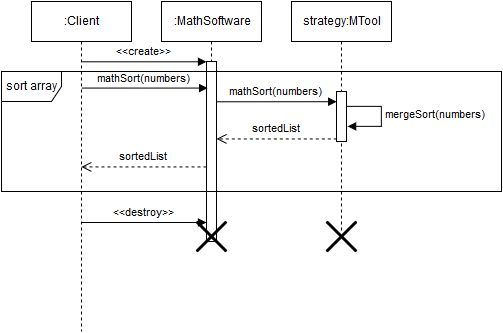
Above: sequence_diagram.png in shihrer/esof322.hw2 (draw.io), before the change. Source tidied: cells renumbered, new cells last; positions are measured from the earlier drawing's top-left corner, leaving out a move shared by most shapes. Its diagram source:
```xml
<mxGraphModel background="#ffffff">
  <root>
    <mxCell id="0" />
    <mxCell id="1" parent="0" />
    <mxCell id="2" value=":MathSoftware" style="shape=umlLifeline;perimeter=lifelinePerimeter;whiteSpace=wrap;html=1;" parent="1" vertex="1">
      <mxGeometry x="160" width="100" height="240" as="geometry" />
    </mxCell>
    <mxCell id="3" style="html=1;points=[];perimeter=orthogonalPerimeter;" parent="2" vertex="1">
      <mxGeometry x="45" y="60" width="10" height="180" as="geometry" />
    </mxCell>
    <mxCell id="4" style="shape=umlDestroy;whiteSpace=wrap;html=1;strokeWidth=3;" parent="2" vertex="1">
      <mxGeometry x="35" y="220" width="30" height="30" as="geometry" />
    </mxCell>
    <mxCell id="5" value="strategy:MTool" style="shape=umlLifeline;perimeter=lifelinePerimeter;whiteSpace=wrap;html=1;" parent="1" vertex="1">
      <mxGeometry x="290" width="100" height="230" as="geometry" />
    </mxCell>
    <mxCell id="6" style="html=1;points=[];perimeter=orthogonalPerimeter;" parent="5" vertex="1">
      <mxGeometry x="45" y="90" width="10" height="50" as="geometry" />
    </mxCell>
    <mxCell id="7" value="mathSort(numbers)" style="html=1;verticalAlign=bottom;endArrow=block;entryX=0;entryY=0;exitX=0.98;exitY=0.223;exitPerimeter=0;" parent="5" edge="1" source="3">
      <mxGeometry relative="1" as="geometry">
        <mxPoint x="45.2" y="100.2" as="targetPoint" />
      </mxGeometry>
    </mxCell>
    <mxCell id="8" style="shape=umlDestroy;whiteSpace=wrap;html=1;strokeWidth=3;" parent="5" vertex="1">
      <mxGeometry x="35" y="220" width="30" height="30" as="geometry" />
    </mxCell>
    <mxCell id="9" value=":Client&lt;br&gt;" style="shape=umlLifeline;perimeter=lifelinePerimeter;whiteSpace=wrap;html=1;outlineConnect=0;" parent="1" vertex="1">
      <mxGeometry x="30" width="100" height="330" as="geometry" />
    </mxCell>
    <mxCell id="10" value="&amp;lt;&amp;lt;create&amp;gt;&amp;gt;&lt;br&gt;" style="html=1;verticalAlign=bottom;endArrow=block;entryX=0;entryY=0;" parent="1" edge="1" source="9" target="3">
      <mxGeometry relative="1" as="geometry" />
    </mxCell>
    <mxCell id="11" value="mathSort(numbers)" style="html=1;verticalAlign=bottom;endArrow=block;entryX=0.114;entryY=0.149;entryPerimeter=0;" parent="1" edge="1" source="9" target="3">
      <mxGeometry relative="1" as="geometry" />
    </mxCell>
    <mxCell id="12" value="&amp;lt;&amp;lt;destroy&amp;gt;&amp;gt;" style="html=1;verticalAlign=bottom;endArrow=block;exitX=0.5;exitY=0.533;exitPerimeter=0;" parent="1" edge="1">
      <mxGeometry relative="1" as="geometry">
        <mxPoint x="79.9" y="221" as="sourcePoint" />
        <mxPoint x="205" y="221" as="targetPoint" />
      </mxGeometry>
    </mxCell>
    <mxCell id="13" value="sortedList" style="html=1;verticalAlign=bottom;endArrow=open;dashed=1;endSize=8;exitX=0;exitY=0.95;" parent="1" edge="1" source="6" target="3">
      <mxGeometry relative="1" as="geometry" />
    </mxCell>
    <mxCell id="14" value="mergeSort(numbers)" style="edgeStyle=orthogonalEdgeStyle;html=1;align=left;spacingLeft=2;endArrow=block;rounded=0;" parent="1" edge="1">
      <mxGeometry relative="1" as="geometry">
        <mxPoint x="345" y="105" as="sourcePoint" />
        <mxPoint x="346" y="125" as="targetPoint" />
        <Array as="points">
          <mxPoint x="380" y="105" />
          <mxPoint x="380" y="125" />
          <mxPoint x="346" y="125" />
        </Array>
      </mxGeometry>
    </mxCell>
    <mxCell id="15" value="sortedList" style="html=1;verticalAlign=bottom;endArrow=open;dashed=1;endSize=8;entryX=0.5;entryY=0.502;entryPerimeter=0;" parent="1" edge="1" source="3" target="9">
      <mxGeometry x="183" y="310.7" as="geometry" />
    </mxCell>
    <mxCell id="16" value="sort array&lt;br&gt;" style="shape=umlFrame;whiteSpace=wrap;html=1;" parent="1" vertex="1">
      <mxGeometry y="70" width="500" height="120" as="geometry" />
    </mxCell>
  </root>
</mxGraphModel>
```
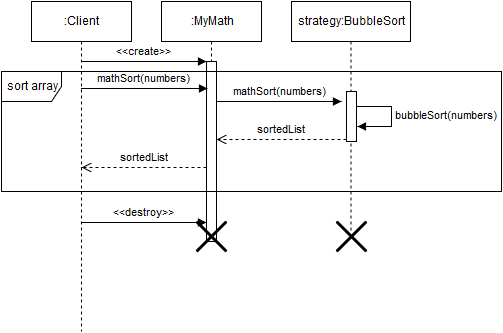
After the commit.

Commit message:
Updated sequence diagram

The edit, as a diff of the source:
```diff
@@ -2,7 +2,7 @@
   <root>
     <mxCell id="0" />
     <mxCell id="1" parent="0" />
-    <mxCell id="2" value=":MathSoftware" style="shape=umlLifeline;perimeter=lifelinePerimeter;whiteSpace=wrap;html=1;" parent="1" vertex="1">
+    <mxCell id="2" value=":MyMath" style="shape=umlLifeline;perimeter=lifelinePerimeter;whiteSpace=wrap;html=1;" parent="1" vertex="1">
       <mxGeometry x="160" width="100" height="240" as="geometry" />
     </mxCell>
     <mxCell id="3" style="html=1;points=[];perimeter=orthogonalPerimeter;" parent="2" vertex="1">
@@ -11,20 +11,12 @@
     <mxCell id="4" style="shape=umlDestroy;whiteSpace=wrap;html=1;strokeWidth=3;" parent="2" vertex="1">
       <mxGeometry x="35" y="220" width="30" height="30" as="geometry" />
     </mxCell>
-    <mxCell id="5" value="strategy:MTool" style="shape=umlLifeline;perimeter=lifelinePerimeter;whiteSpace=wrap;html=1;" parent="1" vertex="1">
-      <mxGeometry x="290" width="100" height="230" as="geometry" />
+    <mxCell id="5" value="strategy:BubbleSort" style="shape=umlLifeline;perimeter=lifelinePerimeter;whiteSpace=wrap;html=1;" parent="1" vertex="1">
+      <mxGeometry x="290" width="119" height="230" as="geometry" />
     </mxCell>
     <mxCell id="6" style="html=1;points=[];perimeter=orthogonalPerimeter;" parent="5" vertex="1">
-      <mxGeometry x="45" y="90" width="10" height="50" as="geometry" />
+      <mxGeometry x="55" y="90" width="10" height="50" as="geometry" />
     </mxCell>
-    <mxCell id="7" value="mathSort(numbers)" style="html=1;verticalAlign=bottom;endArrow=block;entryX=0;entryY=0;exitX=0.98;exitY=0.223;exitPerimeter=0;" parent="5" edge="1" source="3">
-      <mxGeometry relative="1" as="geometry">
-        <mxPoint x="45.2" y="100.2" as="targetPoint" />
-      </mxGeometry>
-    </mxCell>
-    <mxCell id="8" style="shape=umlDestroy;whiteSpace=wrap;html=1;strokeWidth=3;" parent="5" vertex="1">
-      <mxGeometry x="35" y="220" width="30" height="30" as="geometry" />
-    </mxCell>
     <mxCell id="9" value=":Client&lt;br&gt;" style="shape=umlLifeline;perimeter=lifelinePerimeter;whiteSpace=wrap;html=1;outlineConnect=0;" parent="1" vertex="1">
       <mxGeometry x="30" width="100" height="330" as="geometry" />
     </mxCell>
@@ -43,14 +35,14 @@
     <mxCell id="13" value="sortedList" style="html=1;verticalAlign=bottom;endArrow=open;dashed=1;endSize=8;exitX=0;exitY=0.95;" parent="1" edge="1" source="6" target="3">
       <mxGeometry relative="1" as="geometry" />
     </mxCell>
-    <mxCell id="14" value="mergeSort(numbers)" style="edgeStyle=orthogonalEdgeStyle;html=1;align=left;spacingLeft=2;endArrow=block;rounded=0;" parent="1" edge="1">
+    <mxCell id="14" value="bubbleSort(numbers)" style="edgeStyle=orthogonalEdgeStyle;html=1;align=left;spacingLeft=2;endArrow=block;rounded=0;" parent="1" edge="1">
       <mxGeometry relative="1" as="geometry">
-        <mxPoint x="345" y="105" as="sourcePoint" />
-        <mxPoint x="346" y="125" as="targetPoint" />
+        <mxPoint x="355" y="105" as="sourcePoint" />
+        <mxPoint x="356" y="125" as="targetPoint" />
         <Array as="points">
-          <mxPoint x="380" y="105" />
-          <mxPoint x="380" y="125" />
-          <mxPoint x="346" y="125" />
+          <mxPoint x="390" y="105" />
+          <mxPoint x="390" y="125" />
+          <mxPoint x="356" y="125" />
         </Array>
       </mxGeometry>
     </mxCell>
@@ -60,5 +52,13 @@
     <mxCell id="16" value="sort array&lt;br&gt;" style="shape=umlFrame;whiteSpace=wrap;html=1;" parent="1" vertex="1">
       <mxGeometry y="70" width="500" height="120" as="geometry" />
     </mxCell>
+    <mxCell id="8" style="shape=umlDestroy;whiteSpace=wrap;html=1;strokeWidth=3;" parent="1" vertex="1">
+      <mxGeometry x="335" y="220" width="30" height="30" as="geometry" />
+    </mxCell>
+    <mxCell id="7" value="mathSort(numbers)" style="html=1;verticalAlign=bottom;endArrow=block;exitX=0.98;exitY=0.223;exitPerimeter=0;" parent="1" edge="1" source="3">
+      <mxGeometry relative="1" as="geometry">
+        <mxPoint x="340" y="100" as="targetPoint" />
+      </mxGeometry>
+    </mxCell>
   </root>
 </mxGraphModel>
```
